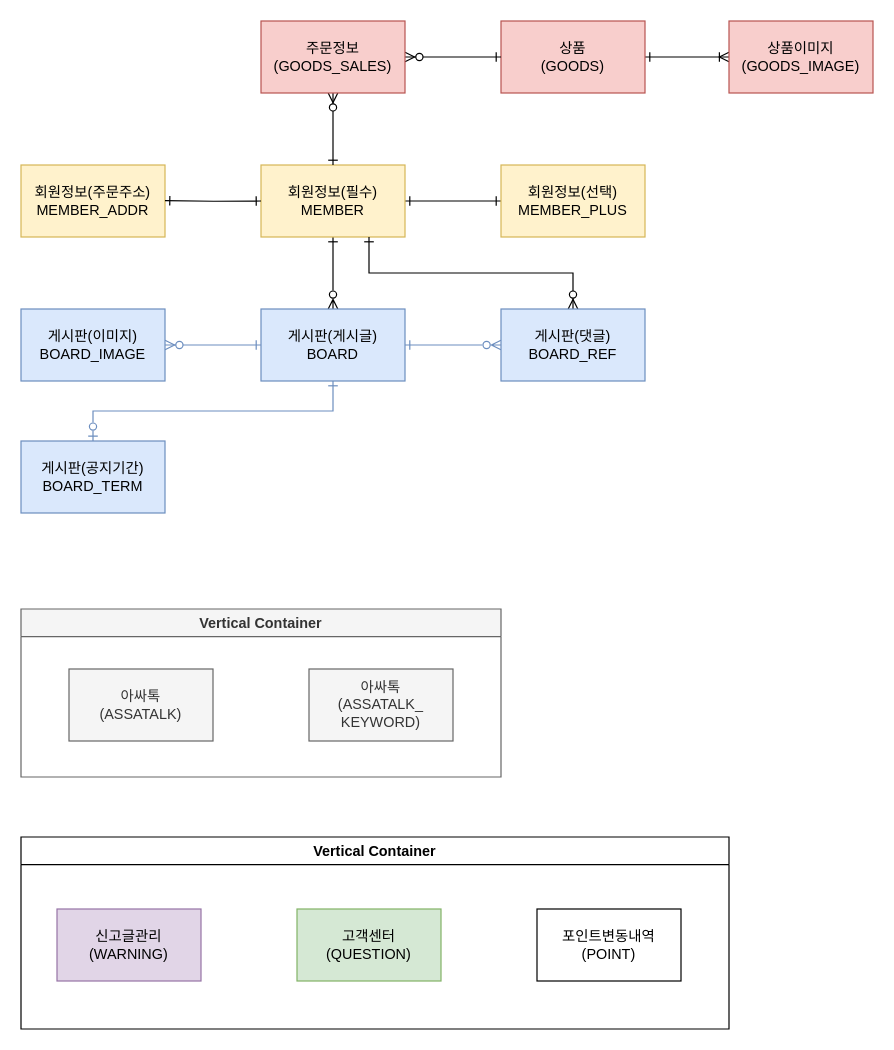
This is page "개념설계" (1 of 3) of 테이블설계/4. ERD.drawio from stoveon/TEAM_PROJECT, a draw.io file, before an edit. Source tidied: cells renumbered, new cells numbered last; positions are measured from the earlier drawing's top-left corner, leaving out a move shared by most shapes. Both pictures are drawn from the tidied source at 120%, with x=0, y=0 at pixel (20, 20).
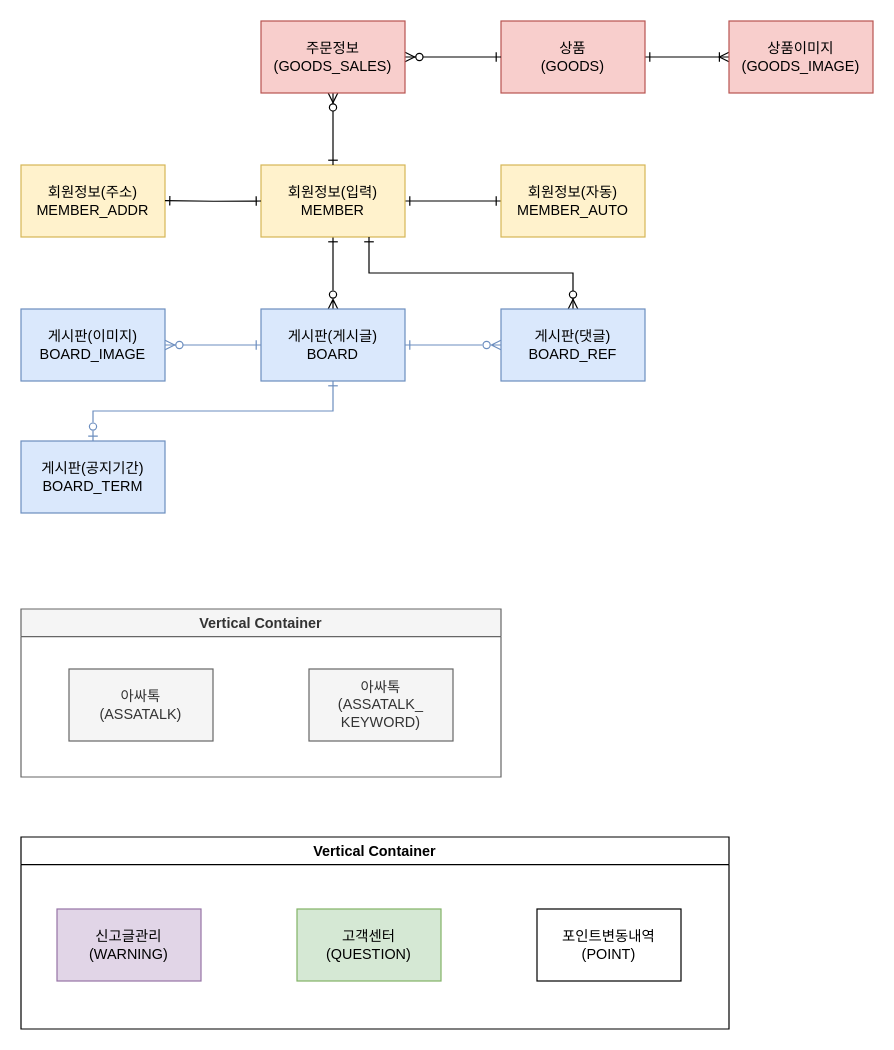
After the change.

Diff of the diagram source:
```diff
@@
-    <mxCell id="4" value="회원정보(필수)&lt;br&gt;MEMBER" style="rounded=0;whiteSpace=wrap;html=1;fillColor=#fff2cc;strokeColor=#d6b656;" parent="1" vertex="1">
+    <mxCell id="4" value="회원정보(입력)&lt;br&gt;MEMBER" style="rounded=0;whiteSpace=wrap;html=1;fillColor=#fff2cc;strokeColor=#d6b656;" parent="1" vertex="1">
       <mxGeometry x="200" y="120" width="120" height="60" as="geometry" />
     </mxCell>
-    <mxCell id="5" value="회원정보(선택)&lt;br&gt;MEMBER_PLUS" style="rounded=0;whiteSpace=wrap;html=1;fillColor=#fff2cc;strokeColor=#d6b656;" parent="1" vertex="1">
+    <mxCell id="5" value="회원정보(자동)&lt;br&gt;MEMBER_AUTO" style="rounded=0;whiteSpace=wrap;html=1;fillColor=#fff2cc;strokeColor=#d6b656;" parent="1" vertex="1">
       <mxGeometry x="400" y="120" width="120" height="60" as="geometry" />
     </mxCell>
@@
-    <mxCell id="20" value="회원정보(주문주소)&lt;br&gt;MEMBER_ADDR" style="rounded=0;whiteSpace=wrap;html=1;fillColor=#fff2cc;strokeColor=#d6b656;" parent="1" vertex="1">
+    <mxCell id="20" value="회원정보(주소)&lt;br&gt;MEMBER_ADDR" style="rounded=0;whiteSpace=wrap;html=1;fillColor=#fff2cc;strokeColor=#d6b656;" parent="1" vertex="1">
       <mxGeometry y="120" width="120" height="60" as="geometry" />
     </mxCell>
```
